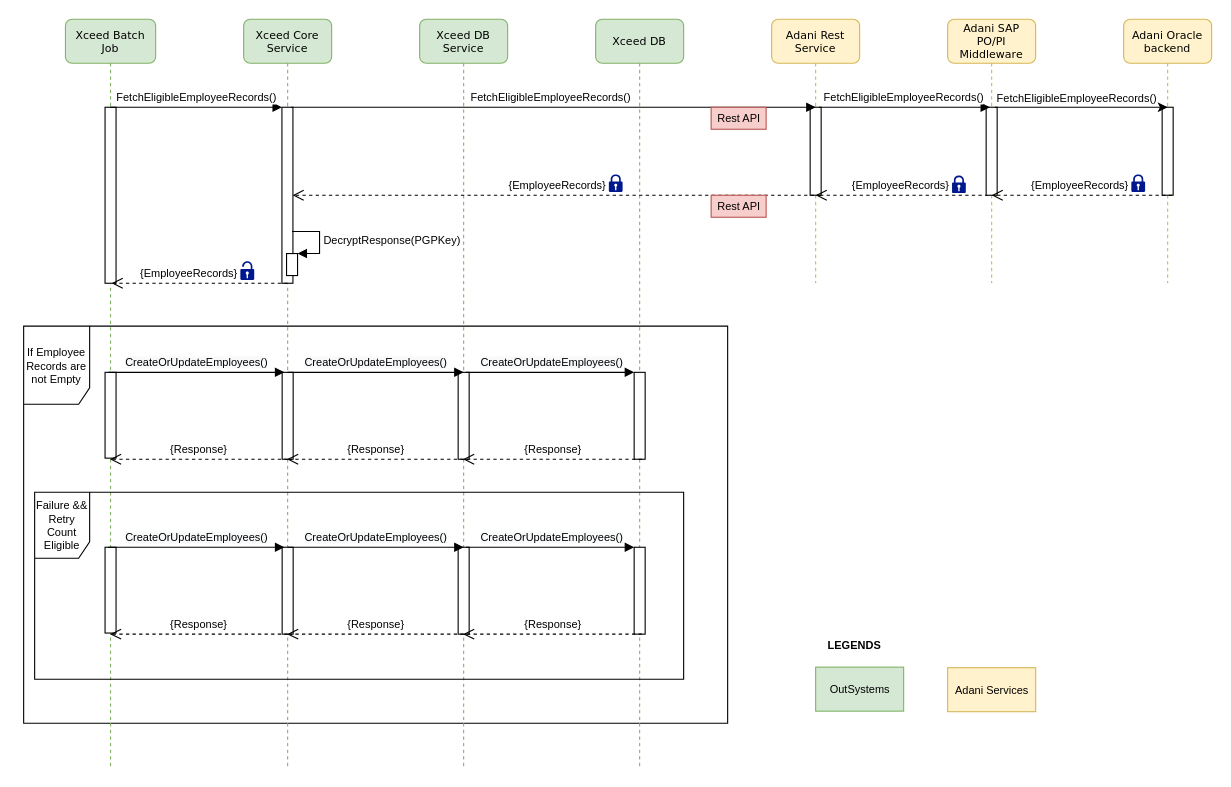
akshaypuri1989/cordova-plugin-vuforia-sdk-v1 keeps this draw.io diagram as docs/Integrations.drawio. Above is the earlier version. Source tidied: cells renumbered, new cells numbered last; positions are measured from the earlier drawing's top-left corner, leaving out a move shared by most shapes. Both pictures are drawn from the tidied source at 110%, with x=0, y=0 at pixel (23, 19).
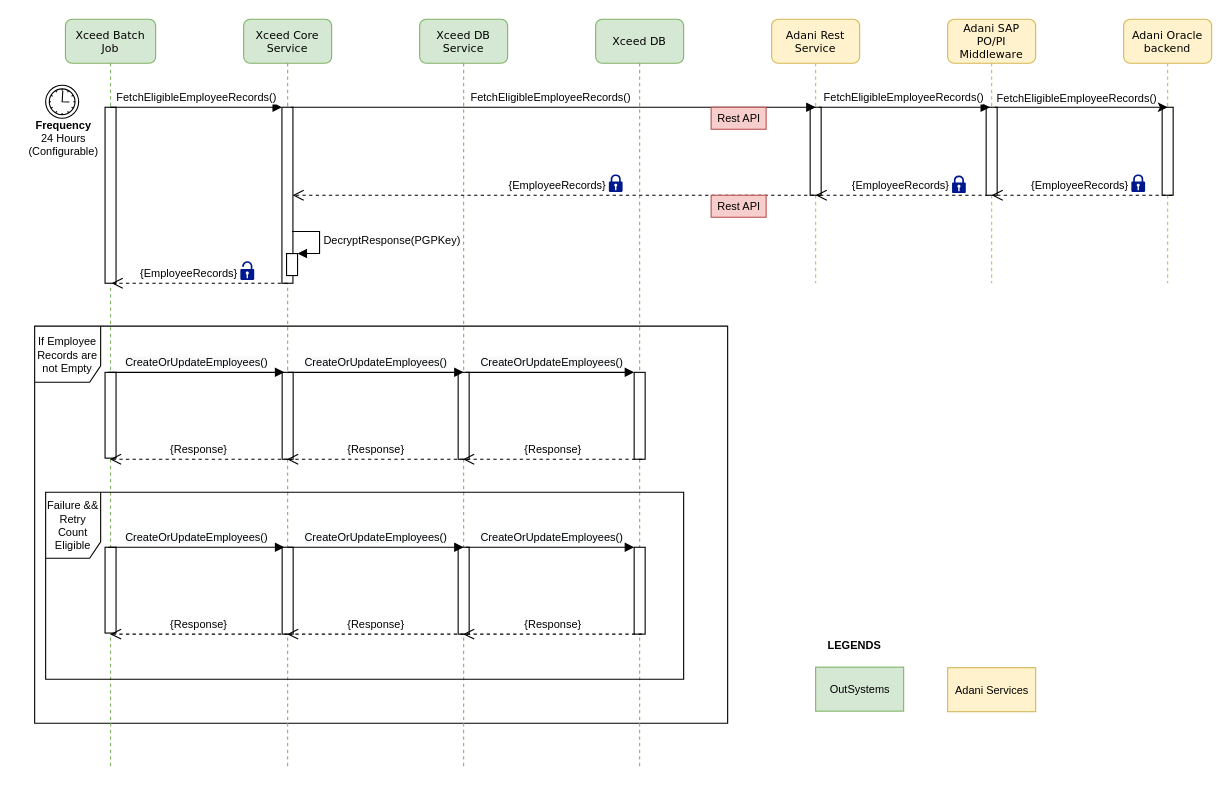
The same diagram, later.

Diff of the diagram source:
```diff
@@
-    <mxCell id="2" value="If Employee Records are not Empty" style="shape=umlFrame;whiteSpace=wrap;html=1;width=60;height=71;fontSize=10;" parent="1" vertex="1">
-      <mxGeometry y="279" width="640" height="361" as="geometry" />
+    <mxCell id="2" value="If Employee Records are not Empty" style="shape=umlFrame;whiteSpace=wrap;html=1;width=60;height=51;fontSize=10;" parent="1" vertex="1">
+      <mxGeometry x="10" y="279" width="630" height="361" as="geometry" />
     </mxCell>
@@
     <mxCell id="41" value="Failure &amp;amp;&amp;amp; Retry Count Eligible" style="shape=umlFrame;whiteSpace=wrap;html=1;width=50;height=60;fontSize=10;" parent="1" vertex="1">
-      <mxGeometry x="10" y="430" width="590" height="170" as="geometry" />
+      <mxGeometry x="20" y="430" width="580" height="170" as="geometry" />
     </mxCell>
@@
+    <mxCell id="56" style="shape=mxgraph.bpmn.shape;html=1;verticalLabelPosition=bottom;labelBackgroundColor=#ffffff;verticalAlign=top;align=center;perimeter=ellipsePerimeter;outline=standard;symbol=timer;fontSize=10;" parent="1" vertex="1">
+      <mxGeometry x="20" y="60" width="30" height="30" as="geometry" />
+    </mxCell>
+    <mxCell id="57" value="&lt;b&gt;Frequency&lt;/b&gt;&lt;br&gt;24 Hours&lt;br&gt;(Configurable)" style="text;html=1;align=center;verticalAlign=middle;fontSize=10;" parent="1" vertex="1">
+      <mxGeometry x="-4" y="88" width="80" height="40" as="geometry" />
+    </mxCell>
```
